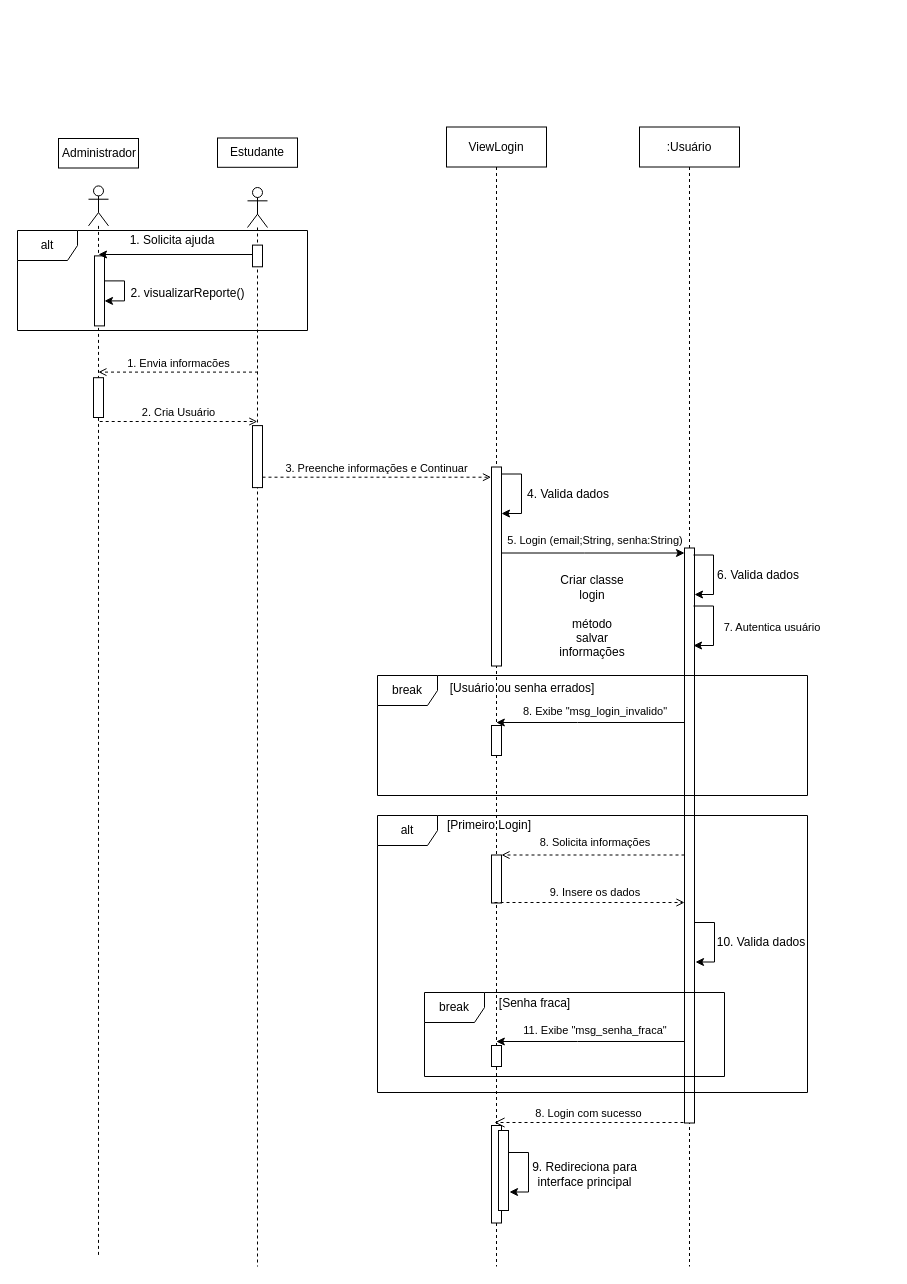
The draw.io diagram DiagramaSequencia.drawio in augustorazani/QENEM-UML-Diagram, before the edit. Source tidied: cells renumbered, new cells numbered last; positions are measured from the earlier drawing's top-left corner, leaving out a move shared by most shapes. Both pictures are drawn from the tidied source at 100%, with x=0, y=0 at pixel (17, 17).
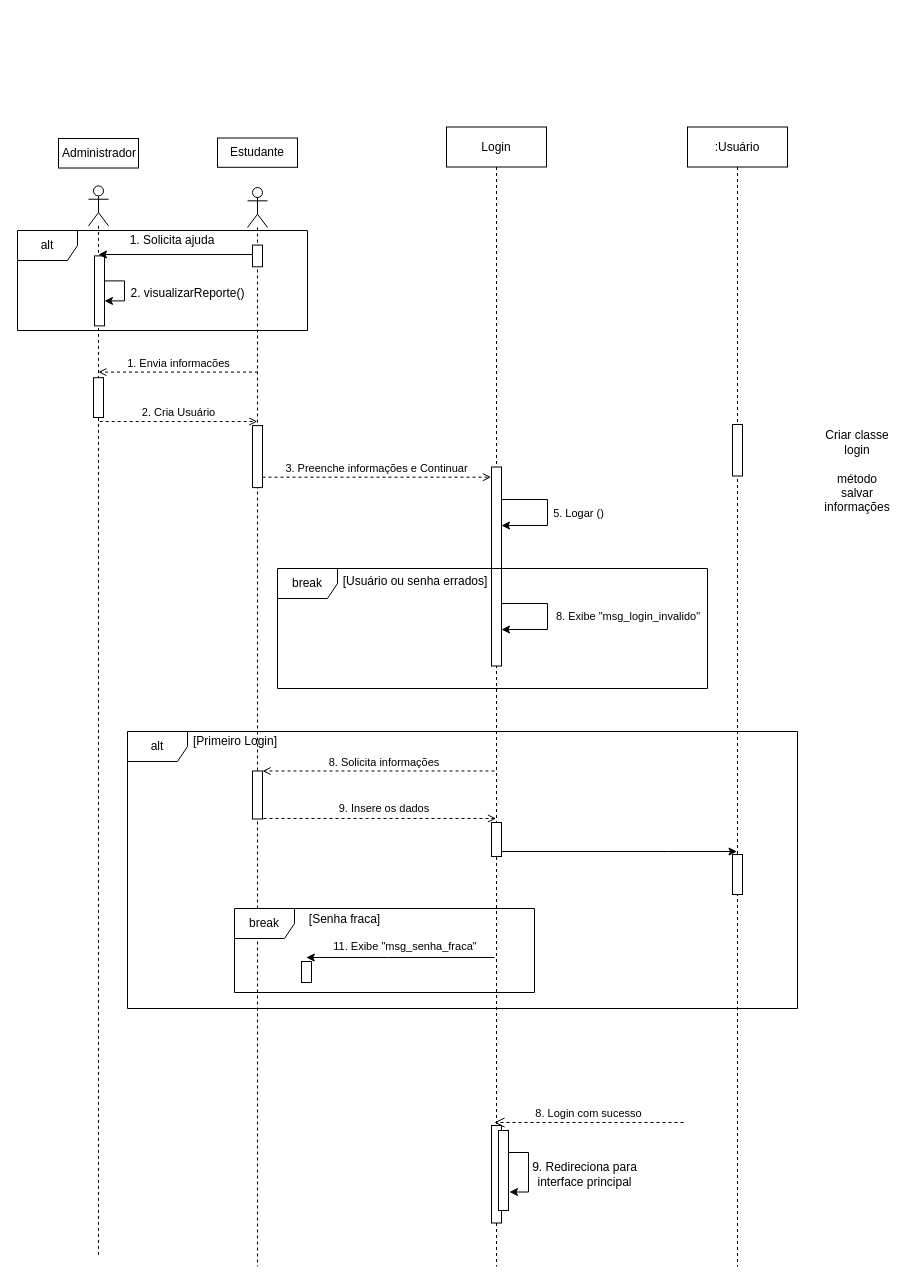
After the change.

Unchanged cells that the change refers to:
```xml
<mxCell id="29" style="html=1;points=[[0,0,0,0,5],[0,1,0,0,-5],[1,0,0,0,5],[1,1,0,0,-5]];perimeter=orthogonalPerimeter;outlineConnect=0;targetShapes=umlLifeline;portConstraint=eastwest;newEdgeStyle={&quot;curved&quot;:0,&quot;rounded&quot;:0};" parent="28" vertex="1">
  <mxGeometry x="45" y="340" width="10" height="199" as="geometry" />
</mxCell>
```

Change to the diagram source:
```diff
@@
-    <mxCell id="21" value="6. Valida dados" style="text;html=1;align=center;verticalAlign=middle;whiteSpace=wrap;rounded=0;" parent="1" vertex="1">
-      <mxGeometry x="698" y="542.5" width="86" height="30" as="geometry" />
-    </mxCell>
     <mxCell id="22" value=":Usuário" style="shape=umlLifeline;perimeter=lifelinePerimeter;whiteSpace=wrap;html=1;outlineConnect=0;portConstraint=eastwest;newEdgeStyle={&quot;curved&quot;:0,&quot;rounded&quot;:0};" parent="1" vertex="1">
-      <mxGeometry x="622" y="109.5" width="100" height="1139.5" as="geometry" />
+      <mxGeometry x="670" y="109.5" width="100" height="1139.5" as="geometry" />
     </mxCell>
-    <mxCell id="23" style="html=1;points=[[0,0,0,0,5],[0,1,0,0,-5],[1,0,0,0,5],[1,1,0,0,-5]];perimeter=orthogonalPerimeter;outlineConnect=0;targetShapes=umlLifeline;portConstraint=eastwest;newEdgeStyle={&quot;curved&quot;:0,&quot;rounded&quot;:0};" parent="22" vertex="1">
-      <mxGeometry x="45" y="421" width="10" height="575" as="geometry" />
-    </mxCell>
-    <mxCell id="24" style="edgeStyle=orthogonalEdgeStyle;rounded=0;jettySize=auto;html=1;curved=0;" parent="1" edge="1" target="23">
-      <mxGeometry relative="1" as="geometry">
-        <mxPoint x="676" y="537.5" as="sourcePoint" />
-        <Array as="points">
-          <mxPoint x="696" y="538" />
-          <mxPoint x="696" y="577" />
-        </Array>
-      </mxGeometry>
-    </mxCell>
-    <mxCell id="25" style="edgeStyle=orthogonalEdgeStyle;rounded=0;orthogonalLoop=1;jettySize=auto;html=1;curved=0;" parent="1" edge="1">
-      <mxGeometry relative="1" as="geometry">
-        <mxPoint x="676" y="588.5" as="sourcePoint" />
-        <mxPoint x="676" y="628" as="targetPoint" />
-        <Array as="points">
-          <mxPoint x="696" y="589" />
-          <mxPoint x="696" y="628" />
-        </Array>
-      </mxGeometry>
-    </mxCell>
-    <mxCell id="26" value="&lt;span style=&quot;font-size: 11px; text-wrap-mode: nowrap; background-color: rgb(255, 255, 255);&quot;&gt;7. Autentica usuário&lt;/span&gt;" style="text;html=1;align=center;verticalAlign=middle;whiteSpace=wrap;rounded=0;" parent="1" vertex="1">
-      <mxGeometry x="700" y="595" width="110" height="30" as="geometry" />
-    </mxCell>
-    <mxCell id="27" value="4. Valida dados" style="text;html=1;align=center;verticalAlign=middle;whiteSpace=wrap;rounded=0;" parent="1" vertex="1">
-      <mxGeometry x="508" y="461.5" width="86" height="30" as="geometry" />
-    </mxCell>
+    <mxCell id="60" style="html=1;perimeter=orthogonalPerimeter;targetShapes=umlLifeline;newEdgeStyle={&quot;curved&quot;:0,&quot;rounded&quot;:0};" parent="22" vertex="1">
+      <mxGeometry x="45" y="297.5" width="10" height="51.5" as="geometry" />
+    </mxCell>
-    <mxCell id="28" value="ViewLogin" style="shape=umlLifeline;perimeter=lifelinePerimeter;whiteSpace=wrap;html=1;outlineConnect=0;portConstraint=eastwest;newEdgeStyle={&quot;curved&quot;:0,&quot;rounded&quot;:0};" parent="1" vertex="1">
+    <mxCell id="28" value="Login" style="shape=umlLifeline;perimeter=lifelinePerimeter;whiteSpace=wrap;html=1;outlineConnect=0;portConstraint=eastwest;newEdgeStyle={&quot;curved&quot;:0,&quot;rounded&quot;:0};" parent="1" vertex="1">
       <mxGeometry x="429" y="109.5" width="100" height="1139.5" as="geometry" />
     </mxCell>
@@
     <mxCell id="30" style="html=1;points=[[0,0,0,0,5],[0,1,0,0,-5],[1,0,0,0,5],[1,1,0,0,-5]];perimeter=orthogonalPerimeter;outlineConnect=0;targetShapes=umlLifeline;portConstraint=eastwest;newEdgeStyle={&quot;curved&quot;:0,&quot;rounded&quot;:0};" parent="28" vertex="1">
-      <mxGeometry x="45" y="728" width="10" height="48" as="geometry" />
+      <mxGeometry x="-194" y="644" width="10" height="48" as="geometry" />
     </mxCell>
@@
-    <mxCell id="33" style="edgeStyle=orthogonalEdgeStyle;rounded=0;jettySize=auto;html=1;curved=0;" parent="1" edge="1" target="29">
-      <mxGeometry relative="1" as="geometry">
-        <mxPoint x="484" y="456.5" as="sourcePoint" />
-        <Array as="points">
-          <mxPoint x="504" y="457" />
-          <mxPoint x="504" y="496" />
-        </Array>
-      </mxGeometry>
-    </mxCell>
+    <mxCell id="35" style="edgeStyle=orthogonalEdgeStyle;rounded=0;orthogonalLoop=1;jettySize=auto;html=1;curved=0;" parent="28" edge="1">
+      <mxGeometry relative="1" as="geometry">
+        <mxPoint x="55" y="372.5" as="sourcePoint" />
+        <mxPoint x="55" y="398.5" as="targetPoint" />
+        <Array as="points">
+          <mxPoint x="101" y="372.5" />
+          <mxPoint x="101" y="398.5" />
+        </Array>
+      </mxGeometry>
+    </mxCell>
-    <mxCell id="34" value="&lt;span style=&quot;font-size: 11px; text-wrap-mode: nowrap; background-color: rgb(255, 255, 255);&quot;&gt;5. Login (email;String, senha:String)&lt;/span&gt;" style="text;html=1;align=center;verticalAlign=middle;whiteSpace=wrap;rounded=0;" parent="1" vertex="1">
-      <mxGeometry x="490" y="508" width="176" height="30" as="geometry" />
+    <mxCell id="34" value="&lt;span style=&quot;font-size: 11px; text-wrap-mode: nowrap; background-color: rgb(255, 255, 255);&quot;&gt;5. Logar ()&lt;/span&gt;" style="text;html=1;align=center;verticalAlign=middle;whiteSpace=wrap;rounded=0;" parent="1" vertex="1">
+      <mxGeometry x="529" y="481" width="65" height="30" as="geometry" />
     </mxCell>
-    <mxCell id="35" style="edgeStyle=orthogonalEdgeStyle;rounded=0;jettySize=auto;html=1;curved=0;entryX=0;entryY=0;entryDx=0;entryDy=5;entryPerimeter=0;" parent="1" edge="1" source="29" target="23">
-      <mxGeometry relative="1" as="geometry">
-        <Array as="points">
-          <mxPoint x="567" y="536" />
-        </Array>
-      </mxGeometry>
-    </mxCell>
     <mxCell id="36" value="&lt;span style=&quot;font-size: 11px; text-wrap-mode: nowrap; background-color: rgb(255, 255, 255);&quot;&gt;8. Solicita informações&lt;/span&gt;" style="text;html=1;align=center;verticalAlign=middle;whiteSpace=wrap;rounded=0;" parent="1" vertex="1">
-      <mxGeometry x="523" y="815" width="110" height="20" as="geometry" />
+      <mxGeometry x="312" y="735" width="110" height="20" as="geometry" />
     </mxCell>
     <mxCell id="37" value="break" style="shape=umlFrame;whiteSpace=wrap;html=1;" parent="1" vertex="1">
-      <mxGeometry x="360" y="658" width="430" height="120" as="geometry" />
+      <mxGeometry x="260" y="551" width="430" height="120" as="geometry" />
     </mxCell>
-    <mxCell id="38" style="edgeStyle=orthogonalEdgeStyle;rounded=0;orthogonalLoop=1;jettySize=auto;html=1;curved=0;" parent="1" edge="1">
-      <mxGeometry relative="1" as="geometry">
-        <mxPoint x="667" y="705" as="sourcePoint" />
-        <mxPoint x="478.8" y="705" as="targetPoint" />
-        <Array as="points">
-          <mxPoint x="560" y="705" />
-          <mxPoint x="560" y="705" />
-        </Array>
-      </mxGeometry>
-    </mxCell>
-    <mxCell id="39" style="html=1;perimeter=orthogonalPerimeter;targetShapes=umlLifeline;newEdgeStyle={&quot;curved&quot;:0,&quot;rounded&quot;:0};" parent="1" vertex="1">
-      <mxGeometry x="474" y="708" width="10" height="30" as="geometry" />
-    </mxCell>
     <mxCell id="40" value="&lt;span style=&quot;font-size: 11px; text-wrap-mode: nowrap; background-color: rgb(255, 255, 255);&quot;&gt;8. Exibe &quot;msg_login_invalido&quot;&lt;/span&gt;" style="text;html=1;align=center;verticalAlign=middle;whiteSpace=wrap;rounded=0;" parent="1" vertex="1">
-      <mxGeometry x="490" y="679" width="176" height="30" as="geometry" />
+      <mxGeometry x="523" y="584" width="176" height="30" as="geometry" />
     </mxCell>
     <mxCell id="41" value="[Usuário ou senha errados]" style="text;html=1;align=center;verticalAlign=middle;whiteSpace=wrap;rounded=0;" parent="1" vertex="1">
-      <mxGeometry x="425" y="656" width="160" height="30" as="geometry" />
+      <mxGeometry x="318" y="549" width="160" height="30" as="geometry" />
     </mxCell>
     <mxCell id="42" value="alt" style="shape=umlFrame;whiteSpace=wrap;html=1;" parent="1" vertex="1">
-      <mxGeometry x="360" y="798" width="430" height="277" as="geometry" />
+      <mxGeometry x="110" y="714" width="670" height="277" as="geometry" />
     </mxCell>
     <mxCell id="43" value="[Primeiro Login]" style="text;html=1;align=center;verticalAlign=middle;whiteSpace=wrap;rounded=0;" parent="1" vertex="1">
-      <mxGeometry x="392" y="793" width="160" height="30" as="geometry" />
+      <mxGeometry x="138" y="709" width="160" height="30" as="geometry" />
     </mxCell>
-    <mxCell id="44" style="endArrow=open;html=1;rounded=0;dashed=1;endFill=0;" parent="1" edge="1" source="23" target="30">
-      <mxGeometry relative="1" as="geometry" />
+    <mxCell id="44" style="endArrow=open;html=1;rounded=0;dashed=1;endFill=0;" parent="1" edge="1" target="30">
+      <mxGeometry relative="1" as="geometry">
+        <mxPoint x="477" y="753.5" as="sourcePoint" />
+      </mxGeometry>
     </mxCell>
-    <mxCell id="45" style="endArrow=open;html=1;rounded=0;dashed=1;endFill=0;" parent="1" edge="1" target="23">
+    <mxCell id="45" style="endArrow=open;html=1;rounded=0;dashed=1;endFill=0;" parent="1" edge="1" target="28">
       <mxGeometry relative="1" as="geometry">
-        <mxPoint x="477" y="885" as="sourcePoint" />
+        <mxPoint x="246" y="801" as="sourcePoint" />
         <Array as="points">
-          <mxPoint x="580" y="885" />
+          <mxPoint x="349" y="801" />
         </Array>
       </mxGeometry>
     </mxCell>
     <mxCell id="46" value="&lt;span style=&quot;font-size: 11px; text-wrap-mode: nowrap; background-color: rgb(255, 255, 255);&quot;&gt;9. Insere os dados&lt;/span&gt;" style="text;html=1;align=center;verticalAlign=middle;whiteSpace=wrap;rounded=0;" parent="1" vertex="1">
-      <mxGeometry x="523" y="865" width="110" height="20" as="geometry" />
+      <mxGeometry x="312" y="781" width="110" height="20" as="geometry" />
     </mxCell>
-    <mxCell id="47" value="10. Valida dados" style="text;html=1;align=center;verticalAlign=middle;whiteSpace=wrap;rounded=0;" parent="1" vertex="1">
-      <mxGeometry x="698" y="910" width="92" height="30" as="geometry" />
-    </mxCell>
-    <mxCell id="48" style="edgeStyle=orthogonalEdgeStyle;rounded=0;orthogonalLoop=1;jettySize=auto;html=1;curved=0;" parent="1" edge="1">
-      <mxGeometry relative="1" as="geometry">
-        <mxPoint x="677" y="905" as="sourcePoint" />
-        <mxPoint x="678" y="944.5" as="targetPoint" />
-        <Array as="points">
-          <mxPoint x="697" y="905.5" />
-          <mxPoint x="697" y="944.5" />
-        </Array>
-      </mxGeometry>
-    </mxCell>
     <mxCell id="49" value="break" style="shape=umlFrame;whiteSpace=wrap;html=1;" parent="1" vertex="1">
-      <mxGeometry x="407" y="975" width="300" height="84" as="geometry" />
+      <mxGeometry x="217" y="891" width="300" height="84" as="geometry" />
     </mxCell>
     <mxCell id="50" style="edgeStyle=orthogonalEdgeStyle;rounded=0;orthogonalLoop=1;jettySize=auto;html=1;curved=0;" parent="1" edge="1">
       <mxGeometry relative="1" as="geometry">
-        <mxPoint x="667" y="1024" as="sourcePoint" />
-        <mxPoint x="478.8" y="1024" as="targetPoint" />
+        <mxPoint x="477" y="940" as="sourcePoint" />
+        <mxPoint x="288.8" y="940" as="targetPoint" />
         <Array as="points">
-          <mxPoint x="560" y="1024" />
-          <mxPoint x="560" y="1024" />
+          <mxPoint x="370" y="940" />
+          <mxPoint x="370" y="940" />
         </Array>
       </mxGeometry>
     </mxCell>
     <mxCell id="51" value="&lt;span style=&quot;font-size: 11px; text-wrap-mode: nowrap; background-color: rgb(255, 255, 255);&quot;&gt;11. Exibe &quot;msg_senha_fraca&quot;&lt;/span&gt;" style="text;html=1;align=center;verticalAlign=middle;whiteSpace=wrap;rounded=0;" parent="1" vertex="1">
-      <mxGeometry x="490" y="998" width="176" height="30" as="geometry" />
+      <mxGeometry x="300" y="914" width="176" height="30" as="geometry" />
     </mxCell>
     <mxCell id="52" value="[Senha fraca]" style="text;html=1;align=center;verticalAlign=middle;whiteSpace=wrap;rounded=0;" parent="1" vertex="1">
-      <mxGeometry x="475" y="971" width="85" height="30" as="geometry" />
+      <mxGeometry x="285" y="887" width="85" height="30" as="geometry" />
     </mxCell>
@@
     <mxCell id="58" value="Criar classe login&lt;div&gt;&lt;br&gt;&lt;/div&gt;&lt;div&gt;método salvar informações&lt;/div&gt;" style="text;html=1;align=center;verticalAlign=middle;whiteSpace=wrap;rounded=0;" parent="1" vertex="1">
-      <mxGeometry x="545" y="584" width="60" height="30" as="geometry" />
+      <mxGeometry x="810" y="439" width="60" height="30" as="geometry" />
     </mxCell>
     <mxCell id="59" style="html=1;perimeter=orthogonalPerimeter;targetShapes=umlLifeline;newEdgeStyle={&quot;curved&quot;:0,&quot;rounded&quot;:0};" parent="1" vertex="1">
-      <mxGeometry x="474" y="1028" width="10" height="21" as="geometry" />
+      <mxGeometry x="284" y="944" width="10" height="21" as="geometry" />
     </mxCell>
+    <mxCell id="61" style="edgeStyle=orthogonalEdgeStyle;rounded=0;orthogonalLoop=1;jettySize=auto;html=1;curved=0;" parent="1" edge="1">
+      <mxGeometry relative="1" as="geometry">
+        <mxPoint x="484" y="586" as="sourcePoint" />
+        <mxPoint x="484" y="612" as="targetPoint" />
+        <Array as="points">
+          <mxPoint x="530" y="586" />
+          <mxPoint x="530" y="612" />
+        </Array>
+      </mxGeometry>
+    </mxCell>
+    <mxCell id="62" style="edgeStyle=orthogonalEdgeStyle;rounded=0;jettySize=auto;html=1;curved=0;exitX=1;exitY=1;exitDx=0;exitDy=-5;exitPerimeter=0;" parent="1" edge="1" source="63" target="22">
+      <mxGeometry relative="1" as="geometry">
+        <Array as="points">
+          <mxPoint x="650" y="834" />
+          <mxPoint x="650" y="834" />
+        </Array>
+      </mxGeometry>
+    </mxCell>
+    <mxCell id="63" style="html=1;points=[[0,0,0,0,5],[0,1,0,0,-5],[1,0,0,0,5],[1,1,0,0,-5]];perimeter=orthogonalPerimeter;outlineConnect=0;targetShapes=umlLifeline;portConstraint=eastwest;newEdgeStyle={&quot;curved&quot;:0,&quot;rounded&quot;:0};" parent="1" vertex="1">
+      <mxGeometry x="474" y="805" width="10" height="34" as="geometry" />
+    </mxCell>
+    <mxCell id="64" style="html=1;perimeter=orthogonalPerimeter;targetShapes=umlLifeline;newEdgeStyle={&quot;curved&quot;:0,&quot;rounded&quot;:0};" parent="1" vertex="1">
+      <mxGeometry x="715" y="837" width="10" height="40" as="geometry" />
+    </mxCell>
```
